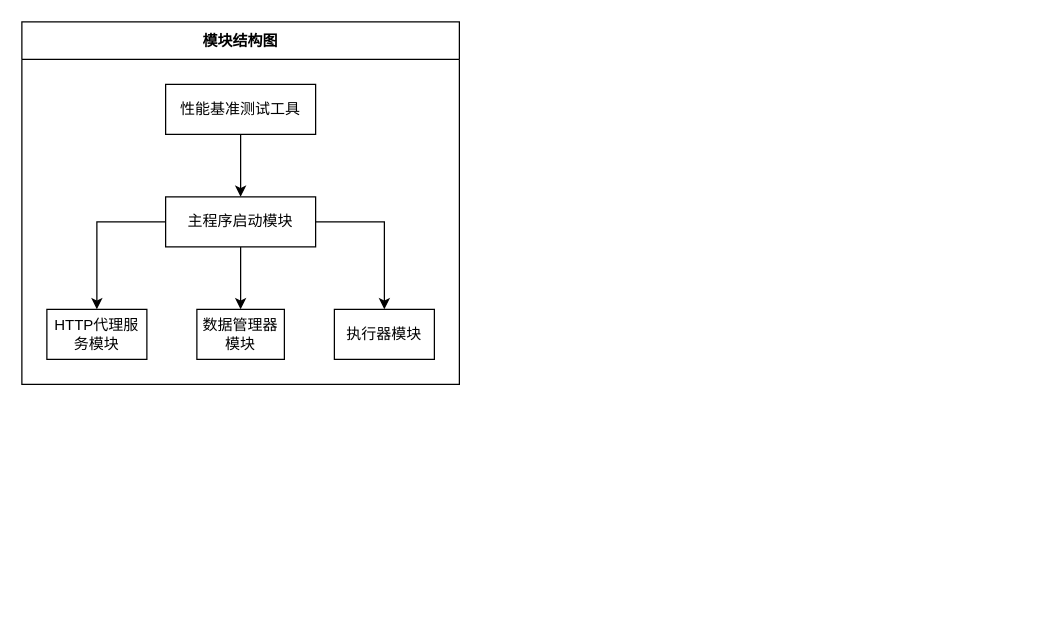
Earlier version of the draw.io diagram doc/module-structure-diagram.drawio (zengzhuozhen/benchmark-proxy). Source tidied: cells renumbered, new cells numbered last; positions are measured from the earlier drawing's top-left corner, leaving out a move shared by most shapes. Both pictures are drawn from the tidied source at 125%, with x=0, y=0 at pixel (21, 21).
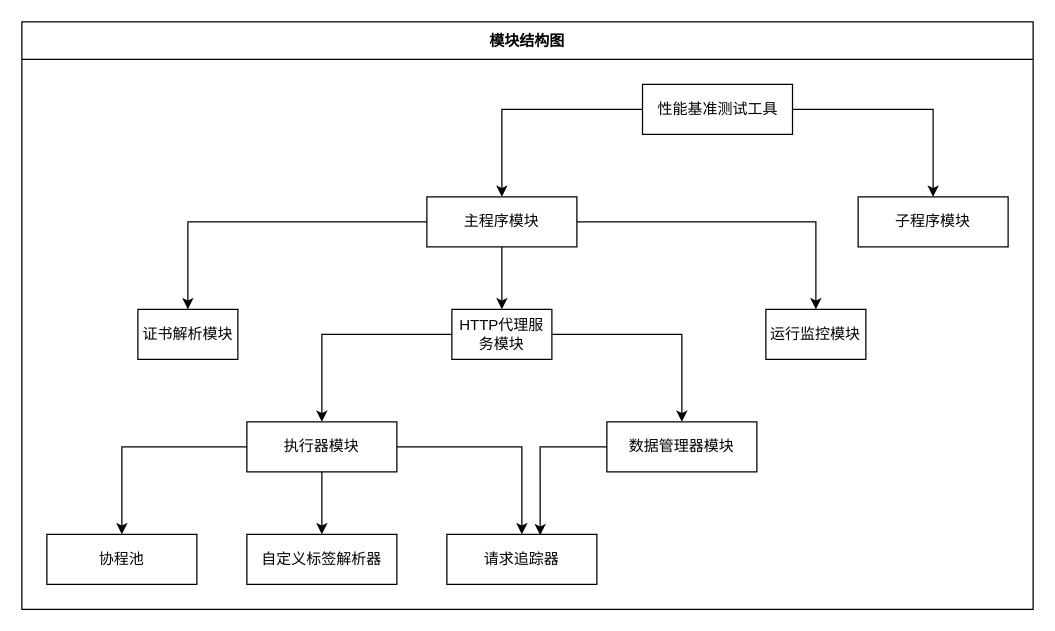
The same page after the edit.

Diff of the diagram source:
```diff
@@
     <mxCell id="2" value="模块结构图" style="swimlane;startSize=30;horizontal=1;horizontalTree=0;containerType=tree;fontSize=12;" parent="1" vertex="1">
-      <mxGeometry width="350" height="290" as="geometry" />
+      <mxGeometry width="809" height="470" as="geometry" />
     </mxCell>
@@
+    <mxCell id="12" style="edgeStyle=orthogonalEdgeStyle;rounded=0;jettySize=auto;html=1;" parent="2" edge="1" source="4" target="15">
+      <mxGeometry relative="1" as="geometry" />
+    </mxCell>
     <mxCell id="4" value="性能基准测试工具" style="whiteSpace=wrap;html=1;" parent="2" vertex="1">
-      <mxGeometry x="115" y="50" width="120" height="40" as="geometry" />
+      <mxGeometry x="496.5" y="50" width="120" height="40" as="geometry" />
     </mxCell>
@@
-    <mxCell id="8" value="主程序启动模块" style="whiteSpace=wrap;html=1;" parent="2" vertex="1">
-      <mxGeometry x="115" y="140" width="120" height="40" as="geometry" />
+    <mxCell id="8" value="主程序模块" style="whiteSpace=wrap;html=1;" parent="2" vertex="1">
+      <mxGeometry x="324" y="140" width="120" height="40" as="geometry" />
     </mxCell>
-    <mxCell id="9" value="HTTP代理服务模块" style="whiteSpace=wrap;html=1;" parent="2" vertex="1">
-      <mxGeometry x="20" y="230" width="80" height="40" as="geometry" />
+    <mxCell id="9" value="证书解析模块" style="whiteSpace=wrap;html=1;" parent="2" vertex="1">
+      <mxGeometry x="92.8" y="230" width="80" height="40" as="geometry" />
     </mxCell>
-    <mxCell id="10" value="执行器模块" style="whiteSpace=wrap;html=1;" parent="2" vertex="1">
-      <mxGeometry x="250" y="230" width="80" height="40" as="geometry" />
+    <mxCell id="10" value="运行监控模块" style="whiteSpace=wrap;html=1;" parent="2" vertex="1">
+      <mxGeometry x="595.2" y="230" width="80" height="40" as="geometry" />
     </mxCell>
+    <mxCell id="13" style="edgeStyle=orthogonalEdgeStyle;rounded=0;jettySize=auto;html=1;entryX=0.5;entryY=0;entryDx=0;entryDy=0;" parent="2" edge="1" source="11" target="19">
+      <mxGeometry relative="1" as="geometry" />
+    </mxCell>
+    <mxCell id="14" style="edgeStyle=orthogonalEdgeStyle;rounded=0;jettySize=auto;html=1;" parent="2" edge="1" source="11" target="20">
+      <mxGeometry relative="1" as="geometry" />
+    </mxCell>
-    <mxCell id="11" value="数据管理器模块" style="whiteSpace=wrap;html=1;" parent="2" vertex="1">
-      <mxGeometry x="140" y="230" width="70" height="40" as="geometry" />
+    <mxCell id="11" value="HTTP代理服务模块" style="whiteSpace=wrap;html=1;" parent="2" vertex="1">
+      <mxGeometry x="344" y="230" width="80" height="40" as="geometry" />
     </mxCell>
+    <mxCell id="15" value="子程序模块" style="whiteSpace=wrap;html=1;" parent="2" vertex="1">
+      <mxGeometry x="669" y="140" width="120" height="40" as="geometry" />
+    </mxCell>
+    <mxCell id="16" style="edgeStyle=orthogonalEdgeStyle;rounded=0;jettySize=auto;html=1;entryX=0.5;entryY=0;entryDx=0;entryDy=0;" parent="2" edge="1" source="19" target="22">
+      <mxGeometry relative="1" as="geometry" />
+    </mxCell>
+    <mxCell id="17" style="edgeStyle=orthogonalEdgeStyle;rounded=0;jettySize=auto;html=1;" parent="2" edge="1" source="19" target="21">
+      <mxGeometry relative="1" as="geometry" />
+    </mxCell>
+    <mxCell id="18" style="edgeStyle=orthogonalEdgeStyle;rounded=0;jettySize=auto;html=1;entryX=0.5;entryY=0;entryDx=0;entryDy=0;" parent="2" edge="1" source="19" target="23">
+      <mxGeometry relative="1" as="geometry" />
+    </mxCell>
+    <mxCell id="19" value="执行器模块" style="whiteSpace=wrap;html=1;" parent="2" vertex="1">
+      <mxGeometry x="180" y="320" width="120" height="40" as="geometry" />
+    </mxCell>
+    <mxCell id="20" value="数据管理器模块" style="whiteSpace=wrap;html=1;" parent="2" vertex="1">
+      <mxGeometry x="468" y="320" width="120" height="40" as="geometry" />
+    </mxCell>
+    <mxCell id="21" value="自定义标签解析器" style="whiteSpace=wrap;html=1;" parent="2" vertex="1">
+      <mxGeometry x="180" y="410" width="120" height="40" as="geometry" />
+    </mxCell>
+    <mxCell id="22" value="协程池" style="whiteSpace=wrap;html=1;" parent="2" vertex="1">
+      <mxGeometry x="20" y="410" width="120" height="40" as="geometry" />
+    </mxCell>
+    <mxCell id="23" value="请求追踪器" style="whiteSpace=wrap;html=1;" parent="2" vertex="1">
+      <mxGeometry x="340" y="410" width="120" height="40" as="geometry" />
+    </mxCell>
+    <mxCell id="24" style="edgeStyle=orthogonalEdgeStyle;rounded=0;jettySize=auto;html=1;entryX=0.622;entryY=0.017;entryDx=0;entryDy=0;entryPerimeter=0;" parent="2" edge="1" source="20" target="23">
+      <mxGeometry relative="1" as="geometry" />
+    </mxCell>
```
